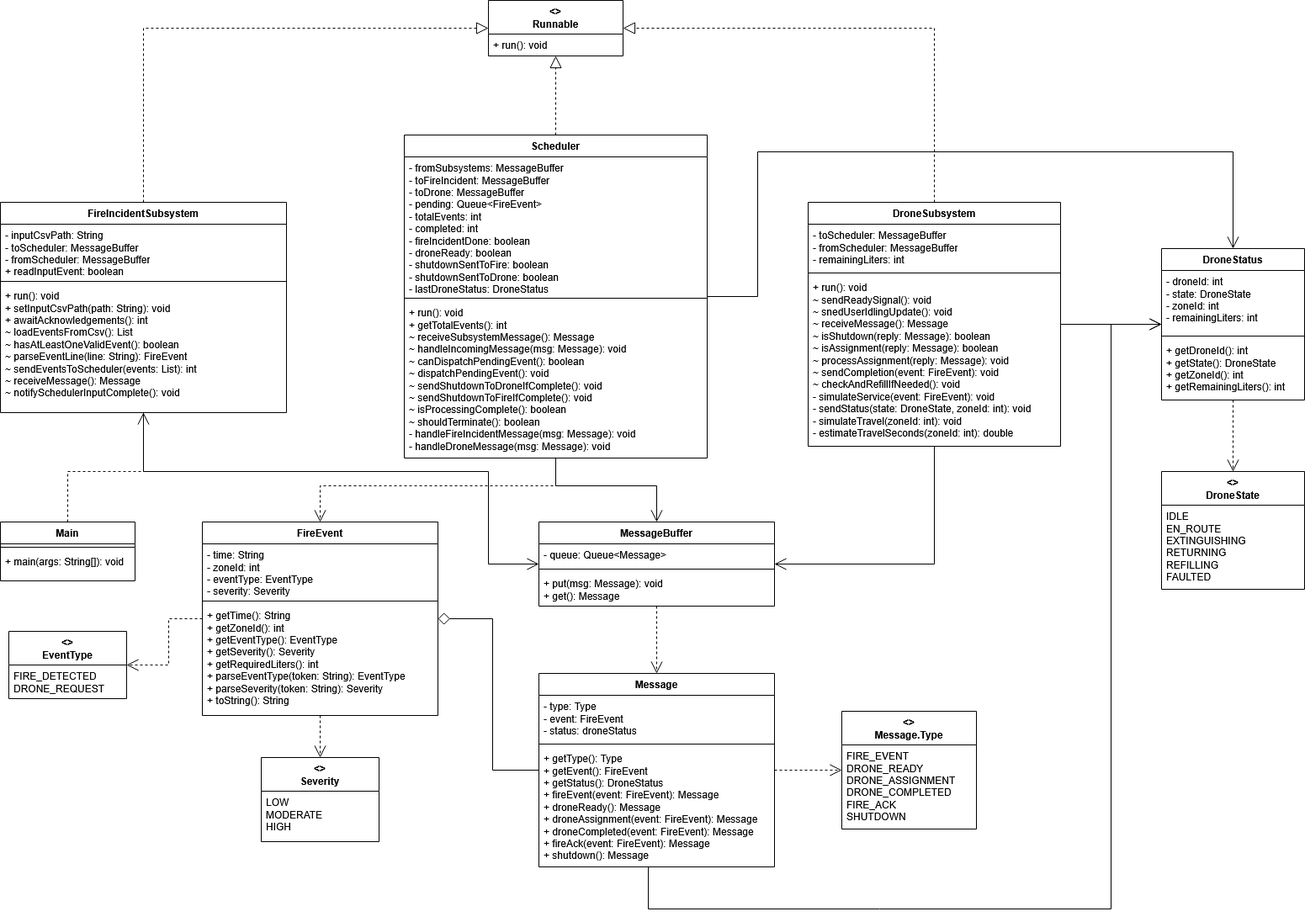
The draw.io diagram docs/diagrams/class-diagram.png in JowiAoun/SYSC3303W26-Project, before a commit. Source tidied: cells renumbered, new cells last; positions are measured from the earlier drawing's top-left corner, leaving out a move shared by most shapes.
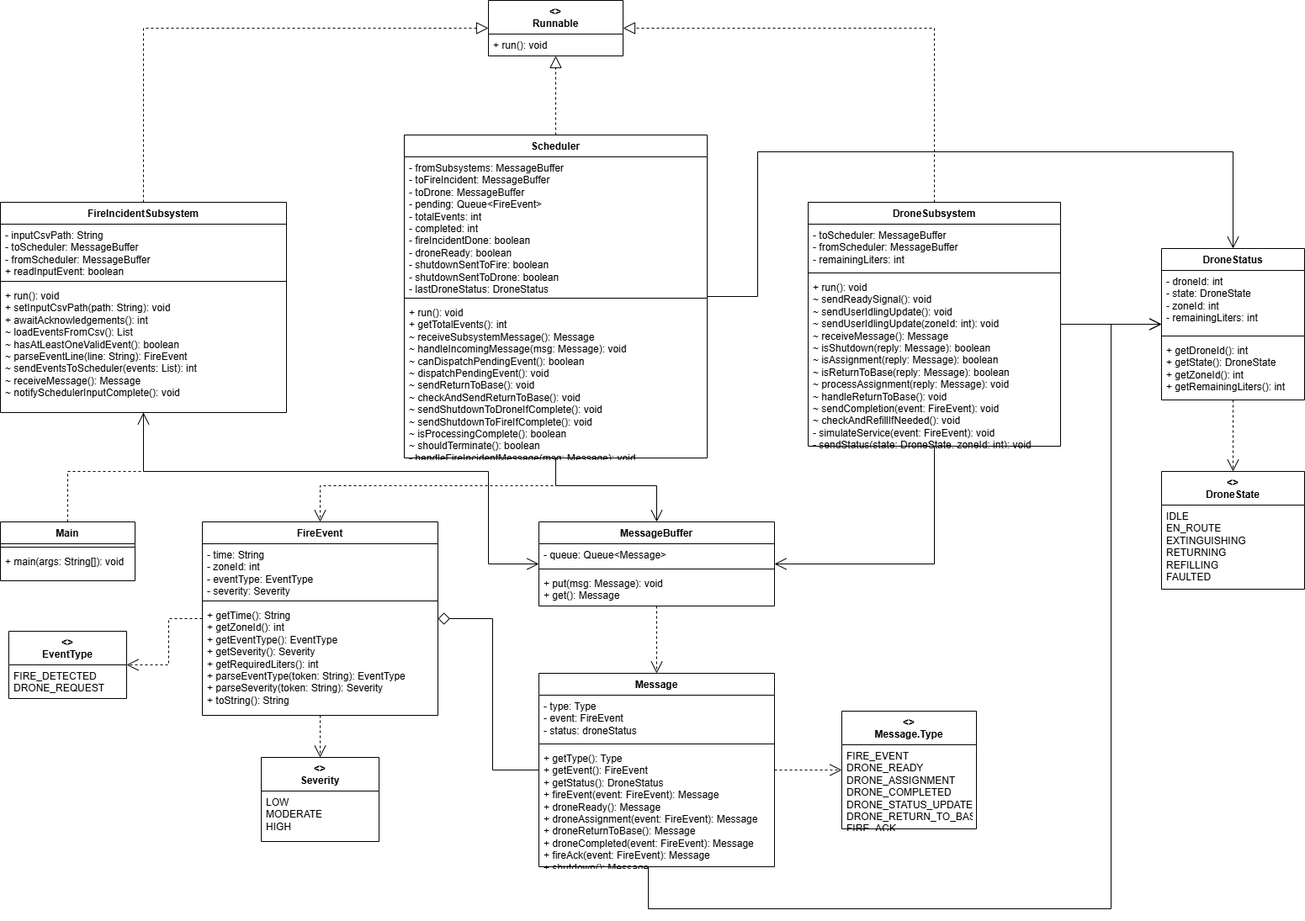
The same file after the commit.

Commit message:
docs(diagrams): update diagrams to optimizations

The edit, as a diff of the source:
```diff
@@ -29,7 +29,7 @@
     <mxCell id="10" style="line;strokeWidth=1;fillColor=none;align=left;verticalAlign=middle;spacingTop=-1;spacingLeft=3;spacingRight=3;labelPosition=right;strokeColor=inherit;" parent="8" vertex="1">
       <mxGeometry y="190" width="360" height="8" as="geometry" />
     </mxCell>
-    <mxCell id="11" value="+ run(): void&#10;+ getTotalEvents(): int&#10;~ receiveSubsystemMessage(): Message&#10;~ handleIncomingMessage(msg: Message): void&#10;~ canDispatchPendingEvent(): boolean&#10;~ dispatchPendingEvent(): void&#10;~ sendShutdownToDroneIfComplete(): void&#10;~ sendShutdownToFireIfComplete(): void&#10;~ isProcessingComplete(): boolean&#10;~ shouldTerminate(): boolean&#10;- handleFireIncidentMessage(msg: Message): void&#10;- handleDroneMessage(msg: Message): void" style="text;strokeColor=none;fillColor=none;align=left;verticalAlign=top;spacingLeft=4;spacingRight=4;overflow=hidden;whiteSpace=wrap;html=1;" parent="8" vertex="1">
+    <mxCell id="11" value="+ run(): void&#10;+ getTotalEvents(): int&#10;~ receiveSubsystemMessage(): Message&#10;~ handleIncomingMessage(msg: Message): void&#10;~ canDispatchPendingEvent(): boolean&#10;~ dispatchPendingEvent(): void&#10;~ sendReturnToBase(): void&#10;~ checkAndSendReturnToBase(): void&#10;~ sendShutdownToDroneIfComplete(): void&#10;~ sendShutdownToFireIfComplete(): void&#10;~ isProcessingComplete(): boolean&#10;~ shouldTerminate(): boolean&#10;- handleFireIncidentMessage(msg: Message): void&#10;- handleDroneMessage(msg: Message): void" style="text;strokeColor=none;fillColor=none;align=left;verticalAlign=top;spacingLeft=4;spacingRight=4;overflow=hidden;whiteSpace=wrap;html=1;" parent="8" vertex="1">
       <mxGeometry y="198" width="360" height="186" as="geometry" />
     </mxCell>
     <mxCell id="12" value="DroneSubsystem" style="swimlane;fontStyle=1;align=center;verticalAlign=top;horizontal=1;startSize=26;whiteSpace=wrap;html=1;" parent="1" vertex="1">
@@ -41,7 +41,7 @@
     <mxCell id="14" style="line;strokeWidth=1;fillColor=none;align=left;verticalAlign=middle;spacingTop=-1;spacingLeft=3;spacingRight=3;labelPosition=right;strokeColor=inherit;" parent="12" vertex="1">
       <mxGeometry y="80" width="300" height="8" as="geometry" />
     </mxCell>
-    <mxCell id="15" value="+ run(): void&lt;br&gt;&lt;div&gt;~ sendReadySignal(): void&lt;/div&gt;&lt;div&gt;~ snedUserIdlingUpdate(): void&lt;/div&gt;~ receiveMessage(): Message&lt;br&gt;~ isShutdown(reply: Message): boolean&lt;br&gt;~ isAssignment(reply: Message): boolean&lt;br&gt;~ processAssignment(reply: Message): void&lt;br&gt;&lt;div&gt;~ sendCompletion(event: FireEvent): void&lt;/div&gt;&lt;div&gt;~ checkAndRefillIfNeeded(): void&lt;/div&gt;&lt;div&gt;- simulateService(event: FireEvent): void&lt;/div&gt;&lt;div&gt;- sendStatus(state: DroneState, zoneId: int): void&lt;/div&gt;&lt;div&gt;- simulateTravel(zoneId: int): void&lt;/div&gt;&lt;div&gt;- estimateTravelSeconds(zoneId: int): double&lt;/div&gt;" style="text;strokeColor=none;fillColor=none;align=left;verticalAlign=top;spacingLeft=4;spacingRight=4;overflow=hidden;whiteSpace=wrap;html=1;" parent="12" vertex="1">
+    <mxCell id="15" value="+ run(): void&lt;br&gt;&lt;div&gt;~ sendReadySignal(): void&lt;/div&gt;&lt;div&gt;~ sendUserIdlingUpdate(): void&lt;/div&gt;&lt;div&gt;~ sendUserIdlingUpdate(zoneId: int): void&lt;/div&gt;~ receiveMessage(): Message&lt;br&gt;~ isShutdown(reply: Message): boolean&lt;br&gt;~ isAssignment(reply: Message): boolean&lt;br&gt;~ isReturnToBase(reply: Message): boolean&lt;br&gt;~ processAssignment(reply: Message): void&lt;br&gt;&lt;div&gt;~ handleReturnToBase(): void&lt;/div&gt;&lt;div&gt;~ sendCompletion(event: FireEvent): void&lt;/div&gt;&lt;div&gt;~ checkAndRefillIfNeeded(): void&lt;/div&gt;&lt;div&gt;- simulateService(event: FireEvent): void&lt;/div&gt;&lt;div&gt;- sendStatus(state: DroneState, zoneId: int): void&lt;/div&gt;&lt;div&gt;- simulateTravel(zoneId: int): void&lt;/div&gt;&lt;div&gt;- estimateTravelSeconds(zoneId: int): double&lt;/div&gt;" style="text;strokeColor=none;fillColor=none;align=left;verticalAlign=top;spacingLeft=4;spacingRight=4;overflow=hidden;whiteSpace=wrap;html=1;" parent="12" vertex="1">
       <mxGeometry y="88" width="300" height="202" as="geometry" />
     </mxCell>
     <mxCell id="16" value="MessageBuffer" style="swimlane;fontStyle=1;align=center;verticalAlign=top;horizontal=1;startSize=26;whiteSpace=wrap;html=1;" parent="1" vertex="1">
@@ -65,7 +65,7 @@
     <mxCell id="22" style="line;strokeWidth=1;fillColor=none;align=left;verticalAlign=middle;spacingTop=-1;spacingLeft=3;spacingRight=3;labelPosition=right;strokeColor=inherit;" parent="20" vertex="1">
       <mxGeometry y="80" width="280" height="8" as="geometry" />
     </mxCell>
-    <mxCell id="23" value="+ getType(): Type&lt;br&gt;&lt;div&gt;+ getEvent(): FireEvent&lt;/div&gt;&lt;div&gt;+ getStatus(): DroneStatus&lt;/div&gt;+ fireEvent(event: FireEvent): Message&lt;br&gt;+ droneReady(): Message&lt;br&gt;+ droneAssignment(event: FireEvent): Message&lt;br&gt;+ droneCompleted(event: FireEvent): Message&lt;br&gt;+ fireAck(event: FireEvent): Message&lt;br&gt;+ shutdown(): Message" style="text;strokeColor=none;fillColor=none;align=left;verticalAlign=top;spacingLeft=4;spacingRight=4;overflow=hidden;whiteSpace=wrap;html=1;" parent="20" vertex="1">
+    <mxCell id="23" value="+ getType(): Type&lt;br&gt;&lt;div&gt;+ getEvent(): FireEvent&lt;/div&gt;&lt;div&gt;+ getStatus(): DroneStatus&lt;/div&gt;+ fireEvent(event: FireEvent): Message&lt;br&gt;+ droneReady(): Message&lt;br&gt;+ droneAssignment(event: FireEvent): Message&lt;br&gt;+ droneReturnToBase(): Message&lt;br&gt;+ droneCompleted(event: FireEvent): Message&lt;br&gt;+ fireAck(event: FireEvent): Message&lt;br&gt;+ shutdown(): Message" style="text;strokeColor=none;fillColor=none;align=left;verticalAlign=top;spacingLeft=4;spacingRight=4;overflow=hidden;whiteSpace=wrap;html=1;" parent="20" vertex="1">
       <mxGeometry y="88" width="280" height="142" as="geometry" />
     </mxCell>
     <mxCell id="24" value="FireEvent" style="swimlane;fontStyle=1;align=center;verticalAlign=top;horizontal=1;startSize=26;whiteSpace=wrap;html=1;" parent="1" vertex="1">
@@ -104,7 +104,7 @@
     <mxCell id="35" value="&lt;&lt;enumeration&gt;&gt;&#10;Message.Type" style="swimlane;fontStyle=1;align=center;verticalAlign=top;horizontal=1;startSize=40;whiteSpace=wrap;html=1;" parent="1" vertex="1">
       <mxGeometry x="1000" y="845" width="160" height="140" as="geometry" />
     </mxCell>
-    <mxCell id="36" value="FIRE_EVENT&#10;DRONE_READY&#10;DRONE_ASSIGNMENT&#10;DRONE_COMPLETED&#10;FIRE_ACK&#10;SHUTDOWN" style="text;strokeColor=none;fillColor=none;align=left;verticalAlign=top;spacingLeft=4;spacingRight=4;overflow=hidden;whiteSpace=wrap;html=1;" parent="35" vertex="1">
+    <mxCell id="36" value="FIRE_EVENT&#10;DRONE_READY&#10;DRONE_ASSIGNMENT&#10;DRONE_COMPLETED&#10;DRONE_STATUS_UPDATE&#10;DRONE_RETURN_TO_BASE&#10;FIRE_ACK&#10;SHUTDOWN" style="text;strokeColor=none;fillColor=none;align=left;verticalAlign=top;spacingLeft=4;spacingRight=4;overflow=hidden;whiteSpace=wrap;html=1;" parent="35" vertex="1">
       <mxGeometry y="40" width="160" height="100" as="geometry" />
     </mxCell>
     <mxCell id="37" style="edgeStyle=orthogonalEdgeStyle;rounded=0;jettySize=auto;html=1;endArrow=block;endFill=0;dashed=1;endSize=12;exitX=0.5;exitY=0;exitDx=0;exitDy=0;entryX=0;entryY=0.5;entryDx=0;entryDy=0;" parent="1" edge="1" source="4" target="2">
```
